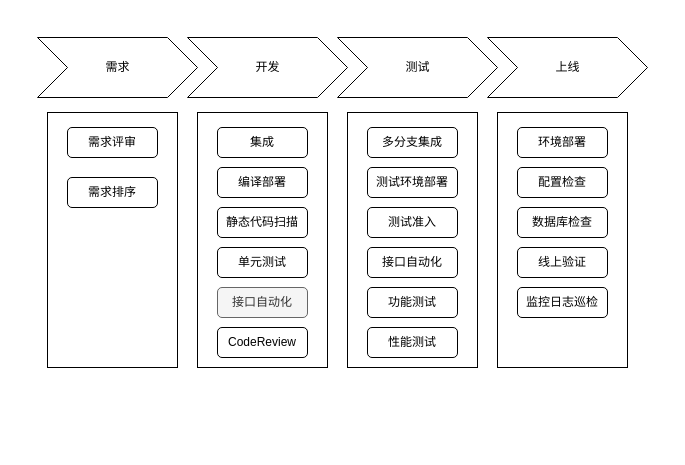
Earlier version of the draw.io diagram Process.drawio (Janxun/picture). Source tidied: cells renumbered, new cells numbered last; positions are measured from the earlier drawing's top-left corner, leaving out a move shared by most shapes. Both pictures are drawn from the tidied source at 100%, with x=0, y=0 at pixel (37, 37).
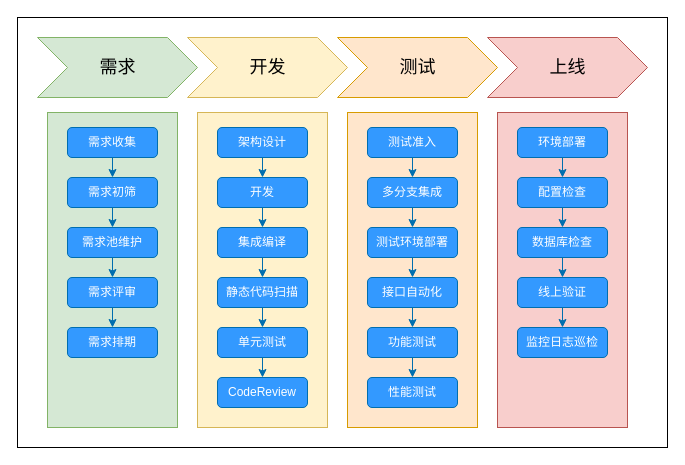
The same diagram, later.

The edit, as a diff of the source:
```diff
@@
+    <mxCell id="29" style="rounded=0;whiteSpace=wrap;html=1;" parent="1" vertex="1">
+      <mxGeometry x="-20" y="-20" width="650" height="430" as="geometry" />
+    </mxCell>
+    <mxCell id="4" style="rounded=0;whiteSpace=wrap;html=1;fillColor=#fff2cc;strokeColor=#d6b656;" parent="1" vertex="1">
+      <mxGeometry x="160" y="75" width="130" height="315" as="geometry" />
+    </mxCell>
-    <mxCell id="2" style="rounded=0;whiteSpace=wrap;html=1;" parent="1" vertex="1">
-      <mxGeometry x="460" y="75" width="130" height="255" as="geometry" />
+    <mxCell id="2" style="rounded=0;whiteSpace=wrap;html=1;fillColor=#f8cecc;strokeColor=#b85450;" parent="1" vertex="1">
+      <mxGeometry x="460" y="75" width="130" height="315" as="geometry" />
     </mxCell>
-    <mxCell id="3" style="rounded=0;whiteSpace=wrap;html=1;" parent="1" vertex="1">
-      <mxGeometry x="310" y="75" width="130" height="255" as="geometry" />
+    <mxCell id="3" style="rounded=0;whiteSpace=wrap;html=1;fillColor=#ffe6cc;strokeColor=#d79b00;" parent="1" vertex="1">
+      <mxGeometry x="310" y="75" width="130" height="315" as="geometry" />
     </mxCell>
-    <mxCell id="4" style="rounded=0;whiteSpace=wrap;html=1;" parent="1" vertex="1">
-      <mxGeometry x="160" y="75" width="130" height="255" as="geometry" />
-    </mxCell>
-    <mxCell id="5" value="集成" style="rounded=1;whiteSpace=wrap;html=1;" parent="1" vertex="1">
-      <mxGeometry x="180" y="90" width="90" height="30" as="geometry" />
+    <mxCell id="5" value="集成编译" style="rounded=1;whiteSpace=wrap;html=1;glass=0;shadow=0;fillColor=#3399FF;strokeColor=#006EAF;fontColor=#ffffff;" parent="1" vertex="1">
+      <mxGeometry x="180" y="190" width="90" height="30" as="geometry" />
     </mxCell>
-    <mxCell id="6" value="静态代码扫描" style="rounded=1;whiteSpace=wrap;html=1;" parent="1" vertex="1">
-      <mxGeometry x="180" y="170" width="90" height="30" as="geometry" />
+    <mxCell id="6" value="静态代码扫描" style="rounded=1;whiteSpace=wrap;html=1;fillColor=#3399FF;strokeColor=#006EAF;fontColor=#ffffff;" parent="1" vertex="1">
+      <mxGeometry x="180" y="240" width="90" height="30" as="geometry" />
     </mxCell>
-    <mxCell id="7" value="编译部署" style="rounded=1;whiteSpace=wrap;html=1;" parent="1" vertex="1">
-      <mxGeometry x="180" y="130" width="90" height="30" as="geometry" />
-    </mxCell>
-    <mxCell id="8" value="单元测试" style="rounded=1;whiteSpace=wrap;html=1;" parent="1" vertex="1">
-      <mxGeometry x="180" y="210" width="90" height="30" as="geometry" />
+    <mxCell id="8" value="单元测试" style="rounded=1;whiteSpace=wrap;html=1;fillColor=#3399FF;strokeColor=#006EAF;fontColor=#ffffff;" parent="1" vertex="1">
+      <mxGeometry x="180" y="290" width="90" height="30" as="geometry" />
     </mxCell>
-    <mxCell id="9" value="接口自动化" style="rounded=1;whiteSpace=wrap;html=1;fillColor=#f5f5f5;fontColor=#333333;strokeColor=#666666;" parent="1" vertex="1">
-      <mxGeometry x="180" y="250" width="90" height="30" as="geometry" />
-    </mxCell>
-    <mxCell id="10" value="CodeReview" style="rounded=1;whiteSpace=wrap;html=1;" parent="1" vertex="1">
-      <mxGeometry x="180" y="290" width="90" height="30" as="geometry" />
+    <mxCell id="10" value="CodeReview" style="rounded=1;whiteSpace=wrap;html=1;fillColor=#3399FF;strokeColor=#006EAF;fontColor=#ffffff;" parent="1" vertex="1">
+      <mxGeometry x="180" y="340" width="90" height="30" as="geometry" />
     </mxCell>
-    <mxCell id="11" value="多分支集成" style="rounded=1;whiteSpace=wrap;html=1;" parent="1" vertex="1">
-      <mxGeometry x="330" y="90" width="90" height="30" as="geometry" />
+    <mxCell id="11" value="多分支集成" style="rounded=1;whiteSpace=wrap;html=1;fillColor=#3399FF;strokeColor=#006EAF;fontColor=#ffffff;" parent="1" vertex="1">
+      <mxGeometry x="330" y="140" width="90" height="30" as="geometry" />
     </mxCell>
-    <mxCell id="12" value="测试环境部署" style="rounded=1;whiteSpace=wrap;html=1;" parent="1" vertex="1">
-      <mxGeometry x="330" y="130" width="90" height="30" as="geometry" />
+    <mxCell id="12" value="测试环境部署" style="rounded=1;whiteSpace=wrap;html=1;fillColor=#3399FF;strokeColor=#006EAF;fontColor=#ffffff;" parent="1" vertex="1">
+      <mxGeometry x="330" y="190" width="90" height="30" as="geometry" />
     </mxCell>
-    <mxCell id="13" value="接口自动化" style="rounded=1;whiteSpace=wrap;html=1;" parent="1" vertex="1">
-      <mxGeometry x="330" y="210" width="90" height="30" as="geometry" />
+    <mxCell id="13" value="接口自动化" style="rounded=1;whiteSpace=wrap;html=1;fillColor=#3399FF;strokeColor=#006EAF;fontColor=#ffffff;" parent="1" vertex="1">
+      <mxGeometry x="330" y="240" width="90" height="30" as="geometry" />
     </mxCell>
-    <mxCell id="14" value="功能测试" style="rounded=1;whiteSpace=wrap;html=1;" parent="1" vertex="1">
-      <mxGeometry x="330" y="250" width="90" height="30" as="geometry" />
+    <mxCell id="14" value="功能测试" style="rounded=1;whiteSpace=wrap;html=1;fillColor=#3399FF;strokeColor=#006EAF;fontColor=#ffffff;" parent="1" vertex="1">
+      <mxGeometry x="330" y="290" width="90" height="30" as="geometry" />
     </mxCell>
-    <mxCell id="15" value="性能测试" style="rounded=1;whiteSpace=wrap;html=1;" parent="1" vertex="1">
-      <mxGeometry x="330" y="290" width="90" height="30" as="geometry" />
+    <mxCell id="15" value="性能测试" style="rounded=1;whiteSpace=wrap;html=1;fillColor=#3399FF;strokeColor=#006EAF;fontColor=#ffffff;" parent="1" vertex="1">
+      <mxGeometry x="330" y="340" width="90" height="30" as="geometry" />
     </mxCell>
-    <mxCell id="16" value="环境部署" style="rounded=1;whiteSpace=wrap;html=1;" parent="1" vertex="1">
+    <mxCell id="16" value="环境部署" style="rounded=1;whiteSpace=wrap;html=1;fillColor=#3399FF;strokeColor=#006EAF;fontColor=#ffffff;" parent="1" vertex="1">
       <mxGeometry x="480" y="90" width="90" height="30" as="geometry" />
     </mxCell>
-    <mxCell id="17" value="配置检查" style="rounded=1;whiteSpace=wrap;html=1;" parent="1" vertex="1">
-      <mxGeometry x="480" y="130" width="90" height="30" as="geometry" />
+    <mxCell id="17" value="配置检查" style="rounded=1;whiteSpace=wrap;html=1;fillColor=#3399FF;strokeColor=#006EAF;fontColor=#ffffff;" parent="1" vertex="1">
+      <mxGeometry x="480" y="140" width="90" height="30" as="geometry" />
     </mxCell>
-    <mxCell id="18" value="数据库检查" style="rounded=1;whiteSpace=wrap;html=1;" parent="1" vertex="1">
-      <mxGeometry x="480" y="170" width="90" height="30" as="geometry" />
+    <mxCell id="18" value="数据库检查" style="rounded=1;whiteSpace=wrap;html=1;fillColor=#3399FF;strokeColor=#006EAF;fontColor=#ffffff;" parent="1" vertex="1">
+      <mxGeometry x="480" y="190" width="90" height="30" as="geometry" />
     </mxCell>
-    <mxCell id="19" value="线上验证" style="rounded=1;whiteSpace=wrap;html=1;" parent="1" vertex="1">
-      <mxGeometry x="480" y="210" width="90" height="30" as="geometry" />
+    <mxCell id="19" value="线上验证" style="rounded=1;whiteSpace=wrap;html=1;fillColor=#3399FF;strokeColor=#006EAF;fontColor=#ffffff;" parent="1" vertex="1">
+      <mxGeometry x="480" y="240" width="90" height="30" as="geometry" />
     </mxCell>
-    <mxCell id="20" value="监控日志巡检" style="rounded=1;whiteSpace=wrap;html=1;" parent="1" vertex="1">
-      <mxGeometry x="480" y="250" width="90" height="30" as="geometry" />
+    <mxCell id="20" value="监控日志巡检" style="rounded=1;whiteSpace=wrap;html=1;fillColor=#3399FF;strokeColor=#006EAF;fontColor=#ffffff;" parent="1" vertex="1">
+      <mxGeometry x="480" y="290" width="90" height="30" as="geometry" />
     </mxCell>
-    <mxCell id="21" value="开发" style="html=1;shadow=0;dashed=0;align=center;verticalAlign=middle;shape=mxgraph.arrows2.arrow;dy=0;dx=30;notch=30;" parent="1" vertex="1">
+    <mxCell id="21" value="&lt;font style=&quot;font-size: 18px;&quot;&gt;开发&lt;/font&gt;" style="html=1;shadow=0;dashed=0;align=center;verticalAlign=middle;shape=mxgraph.arrows2.arrow;dy=0;dx=30;notch=30;fillColor=#fff2cc;strokeColor=#d6b656;" parent="1" vertex="1">
       <mxGeometry x="150" width="160" height="60" as="geometry" />
     </mxCell>
-    <mxCell id="22" value="测试" style="html=1;shadow=0;dashed=0;align=center;verticalAlign=middle;shape=mxgraph.arrows2.arrow;dy=0;dx=30;notch=30;" parent="1" vertex="1">
+    <mxCell id="22" value="&lt;font style=&quot;font-size: 18px;&quot;&gt;测试&lt;/font&gt;" style="html=1;shadow=0;dashed=0;align=center;verticalAlign=middle;shape=mxgraph.arrows2.arrow;dy=0;dx=30;notch=30;fillColor=#ffe6cc;strokeColor=#d79b00;" parent="1" vertex="1">
       <mxGeometry x="300" width="160" height="60" as="geometry" />
     </mxCell>
-    <mxCell id="23" value="上线" style="html=1;shadow=0;dashed=0;align=center;verticalAlign=middle;shape=mxgraph.arrows2.arrow;dy=0;dx=30;notch=30;" parent="1" vertex="1">
+    <mxCell id="23" value="&lt;font style=&quot;font-size: 18px;&quot;&gt;上线&lt;/font&gt;" style="html=1;shadow=0;dashed=0;align=center;verticalAlign=middle;shape=mxgraph.arrows2.arrow;dy=0;dx=30;notch=30;fillColor=#f8cecc;strokeColor=#b85450;" parent="1" vertex="1">
       <mxGeometry x="450" width="160" height="60" as="geometry" />
     </mxCell>
-    <mxCell id="24" value="需求" style="html=1;shadow=0;dashed=0;align=center;verticalAlign=middle;shape=mxgraph.arrows2.arrow;dy=0;dx=30;notch=30;" parent="1" vertex="1">
+    <mxCell id="24" value="&lt;font style=&quot;font-size: 18px;&quot;&gt;需求&lt;/font&gt;" style="html=1;shadow=0;dashed=0;align=center;verticalAlign=middle;shape=mxgraph.arrows2.arrow;dy=0;dx=30;notch=30;fillColor=#d5e8d4;strokeColor=#82b366;" parent="1" vertex="1">
       <mxGeometry width="160" height="60" as="geometry" />
     </mxCell>
-    <mxCell id="25" style="rounded=0;whiteSpace=wrap;html=1;" parent="1" vertex="1">
-      <mxGeometry x="10" y="75" width="130" height="255" as="geometry" />
+    <mxCell id="25" style="rounded=0;whiteSpace=wrap;html=1;fillColor=#d5e8d4;strokeColor=#82b366;" parent="1" vertex="1">
+      <mxGeometry x="10" y="75" width="130" height="315" as="geometry" />
     </mxCell>
-    <mxCell id="26" value="需求评审" style="rounded=1;whiteSpace=wrap;html=1;" parent="1" vertex="1">
-      <mxGeometry x="30" y="90" width="90" height="30" as="geometry" />
+    <mxCell id="26" value="需求评审" style="rounded=1;whiteSpace=wrap;html=1;fillColor=#3399FF;strokeColor=#006EAF;fontColor=#ffffff;" parent="1" vertex="1">
+      <mxGeometry x="30" y="240" width="90" height="30" as="geometry" />
     </mxCell>
-    <mxCell id="27" value="测试准入" style="rounded=1;whiteSpace=wrap;html=1;" parent="1" vertex="1">
-      <mxGeometry x="330" y="170" width="90" height="30" as="geometry" />
+    <mxCell id="27" value="测试准入" style="rounded=1;whiteSpace=wrap;html=1;fillColor=#3399FF;strokeColor=#006EAF;fontColor=#ffffff;" parent="1" vertex="1">
+      <mxGeometry x="330" y="90" width="90" height="30" as="geometry" />
     </mxCell>
-    <mxCell id="28" value="需求排序" style="rounded=1;whiteSpace=wrap;html=1;" parent="1" vertex="1">
-      <mxGeometry x="30" y="140" width="90" height="30" as="geometry" />
+    <mxCell id="28" value="需求排期" style="rounded=1;whiteSpace=wrap;html=1;fillColor=#3399FF;strokeColor=#006EAF;fontColor=#ffffff;" parent="1" vertex="1">
+      <mxGeometry x="30" y="290" width="90" height="30" as="geometry" />
     </mxCell>
+    <mxCell id="30" style="endArrow=classic;html=1;rounded=0;exitX=0.5;exitY=1;exitDx=0;exitDy=0;entryX=0.5;entryY=0;entryDx=0;entryDy=0;fillColor=#1ba1e2;strokeColor=#006EAF;" parent="1" edge="1" source="5">
+      <mxGeometry relative="1" as="geometry">
+        <mxPoint x="225" y="240" as="targetPoint" />
+      </mxGeometry>
+    </mxCell>
+    <mxCell id="31" style="endArrow=classic;html=1;rounded=0;exitX=0.5;exitY=1;exitDx=0;exitDy=0;fillColor=#1ba1e2;strokeColor=#006EAF;" parent="1" edge="1" source="6" target="8">
+      <mxGeometry relative="1" as="geometry" />
+    </mxCell>
+    <mxCell id="32" style="endArrow=classic;html=1;rounded=0;exitX=0.5;exitY=1;exitDx=0;exitDy=0;fillColor=#1ba1e2;strokeColor=#006EAF;" parent="1" edge="1" source="11" target="12">
+      <mxGeometry relative="1" as="geometry" />
+    </mxCell>
+    <mxCell id="33" style="endArrow=classic;html=1;rounded=0;exitX=0.5;exitY=1;exitDx=0;exitDy=0;fillColor=#1ba1e2;strokeColor=#006EAF;" parent="1" edge="1" target="10">
+      <mxGeometry relative="1" as="geometry">
+        <mxPoint x="225" y="320" as="sourcePoint" />
+      </mxGeometry>
+    </mxCell>
+    <mxCell id="34" value="需求收集" style="rounded=1;whiteSpace=wrap;html=1;glass=0;shadow=0;fillColor=#3399FF;strokeColor=#006EAF;fillStyle=auto;fontColor=#ffffff;" parent="1" vertex="1">
+      <mxGeometry x="30" y="90" width="90" height="30" as="geometry" />
+    </mxCell>
+    <mxCell id="35" value="需求初筛" style="rounded=1;whiteSpace=wrap;html=1;glass=0;shadow=0;fillColor=#3399FF;strokeColor=#006EAF;fontColor=#ffffff;" parent="1" vertex="1">
+      <mxGeometry x="30" y="140" width="90" height="30" as="geometry" />
+    </mxCell>
+    <mxCell id="36" value="需求池维护" style="rounded=1;whiteSpace=wrap;html=1;glass=0;shadow=0;fillColor=#3399FF;strokeColor=#006EAF;fontColor=#ffffff;" parent="1" vertex="1">
+      <mxGeometry x="30" y="190" width="90" height="30" as="geometry" />
+    </mxCell>
+    <mxCell id="37" style="endArrow=classic;html=1;rounded=0;exitX=0.5;exitY=1;exitDx=0;exitDy=0;fillColor=#1ba1e2;strokeColor=#006EAF;" parent="1" edge="1" source="34" target="35">
+      <mxGeometry relative="1" as="geometry" />
+    </mxCell>
+    <mxCell id="38" style="endArrow=classic;html=1;rounded=0;exitX=0.5;exitY=1;exitDx=0;exitDy=0;entryX=0.5;entryY=0;entryDx=0;entryDy=0;fillColor=#1ba1e2;strokeColor=#006EAF;" parent="1" edge="1" source="35" target="36">
+      <mxGeometry relative="1" as="geometry" />
+    </mxCell>
+    <mxCell id="39" style="endArrow=classic;html=1;rounded=0;exitX=0.5;exitY=1;exitDx=0;exitDy=0;fillColor=#1ba1e2;strokeColor=#006EAF;" parent="1" edge="1" source="36" target="26">
+      <mxGeometry relative="1" as="geometry" />
+    </mxCell>
+    <mxCell id="40" style="endArrow=classic;html=1;rounded=0;exitX=0.5;exitY=1;exitDx=0;exitDy=0;fillColor=#1ba1e2;strokeColor=#006EAF;" parent="1" edge="1" source="26" target="28">
+      <mxGeometry relative="1" as="geometry" />
+    </mxCell>
+    <mxCell id="41" value="开发" style="rounded=1;whiteSpace=wrap;html=1;glass=0;shadow=0;fillColor=#3399FF;strokeColor=#006EAF;fontColor=#ffffff;" parent="1" vertex="1">
+      <mxGeometry x="180" y="140" width="90" height="30" as="geometry" />
+    </mxCell>
+    <mxCell id="42" value="架构设计" style="rounded=1;whiteSpace=wrap;html=1;glass=0;shadow=0;fillColor=#3399FF;strokeColor=#006EAF;fontColor=#ffffff;" parent="1" vertex="1">
+      <mxGeometry x="180" y="90" width="90" height="30" as="geometry" />
+    </mxCell>
+    <mxCell id="43" style="endArrow=classic;html=1;rounded=0;exitX=0.5;exitY=1;exitDx=0;exitDy=0;fillColor=#1ba1e2;strokeColor=#006EAF;" parent="1" edge="1" source="42" target="41">
+      <mxGeometry relative="1" as="geometry" />
+    </mxCell>
+    <mxCell id="44" style="endArrow=classic;html=1;rounded=0;exitX=0.5;exitY=1;exitDx=0;exitDy=0;fillColor=#1ba1e2;strokeColor=#006EAF;" parent="1" edge="1" source="41" target="5">
+      <mxGeometry relative="1" as="geometry" />
+    </mxCell>
+    <mxCell id="45" style="endArrow=classic;html=1;rounded=0;exitX=0.5;exitY=1;exitDx=0;exitDy=0;fillColor=#1ba1e2;strokeColor=#006EAF;" parent="1" edge="1" source="13" target="14">
+      <mxGeometry relative="1" as="geometry" />
+    </mxCell>
+    <mxCell id="46" style="endArrow=classic;html=1;rounded=0;exitX=0.5;exitY=1;exitDx=0;exitDy=0;entryX=0.5;entryY=0;entryDx=0;entryDy=0;fillColor=#1ba1e2;strokeColor=#006EAF;" parent="1" edge="1" source="14" target="15">
+      <mxGeometry relative="1" as="geometry" />
+    </mxCell>
+    <mxCell id="47" style="endArrow=classic;html=1;rounded=0;exitX=0.5;exitY=1;exitDx=0;exitDy=0;entryX=0.5;entryY=0;entryDx=0;entryDy=0;fillColor=#1ba1e2;strokeColor=#006EAF;" parent="1" edge="1" source="16" target="17">
+      <mxGeometry relative="1" as="geometry" />
+    </mxCell>
+    <mxCell id="48" style="endArrow=classic;html=1;rounded=0;exitX=0.5;exitY=1;exitDx=0;exitDy=0;fillColor=#1ba1e2;strokeColor=#006EAF;" parent="1" edge="1" source="17" target="18">
+      <mxGeometry relative="1" as="geometry" />
+    </mxCell>
+    <mxCell id="49" style="endArrow=classic;html=1;rounded=0;entryX=0.5;entryY=0;entryDx=0;entryDy=0;fillColor=#1ba1e2;strokeColor=#006EAF;" parent="1" edge="1" source="18" target="19">
+      <mxGeometry relative="1" as="geometry" />
+    </mxCell>
+    <mxCell id="50" style="endArrow=classic;html=1;rounded=0;exitX=0.5;exitY=1;exitDx=0;exitDy=0;fillColor=#1ba1e2;strokeColor=#006EAF;" parent="1" edge="1" source="19" target="20">
+      <mxGeometry relative="1" as="geometry" />
+    </mxCell>
+    <mxCell id="51" style="endArrow=classic;html=1;rounded=0;exitX=0.5;exitY=1;exitDx=0;exitDy=0;entryX=0.5;entryY=0;entryDx=0;entryDy=0;fillColor=#1ba1e2;strokeColor=#006EAF;" parent="1" edge="1" source="12" target="13">
+      <mxGeometry relative="1" as="geometry" />
+    </mxCell>
+    <mxCell id="52" style="endArrow=classic;html=1;rounded=0;exitX=0.5;exitY=1;exitDx=0;exitDy=0;entryX=0.5;entryY=0;entryDx=0;entryDy=0;fillColor=#1ba1e2;strokeColor=#006EAF;" parent="1" edge="1" source="27" target="11">
+      <mxGeometry relative="1" as="geometry" />
+    </mxCell>
```
